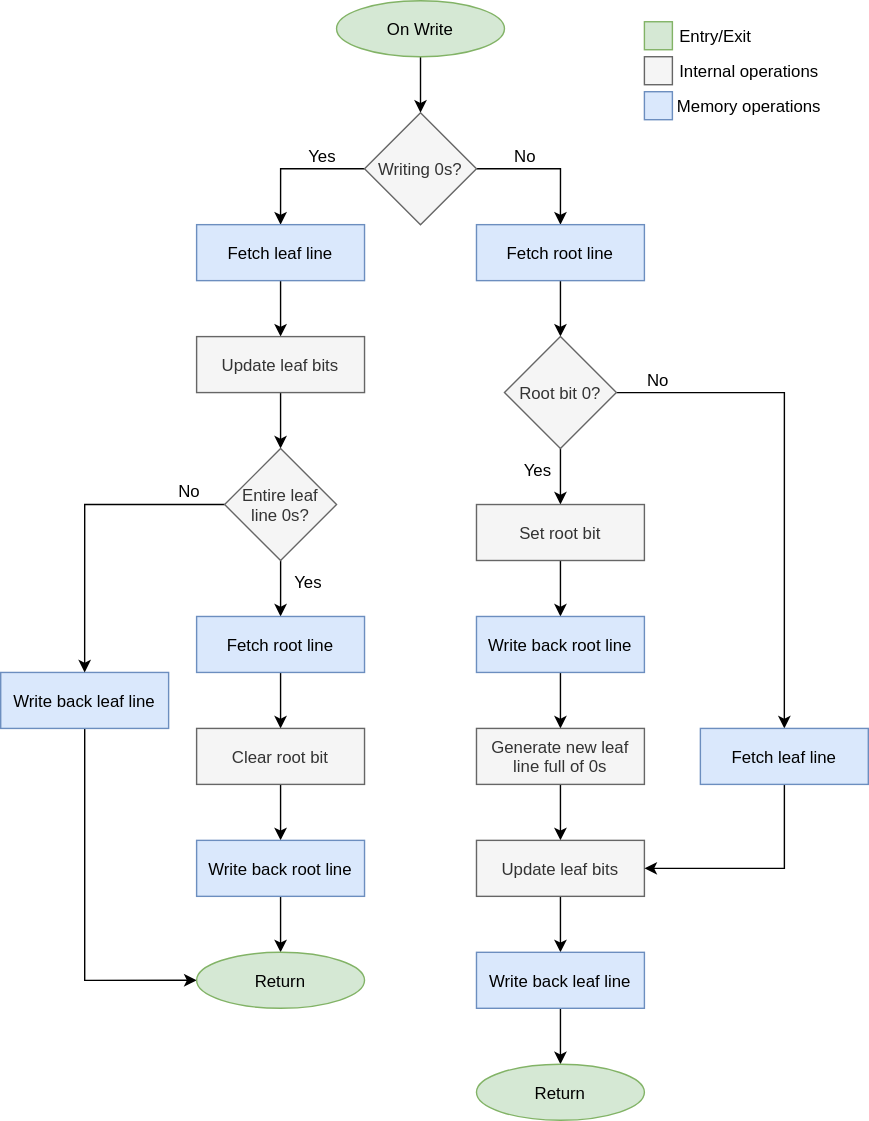
Before: documents/dissertation/resources/ETM-Write.drawio.svg, a diagram exported from draw.io (Manby/CHERI-Tag-Controller). Source tidied: cells renumbered, new cells last; positions are measured from the earlier drawing's top-left corner, leaving out a move shared by most shapes.
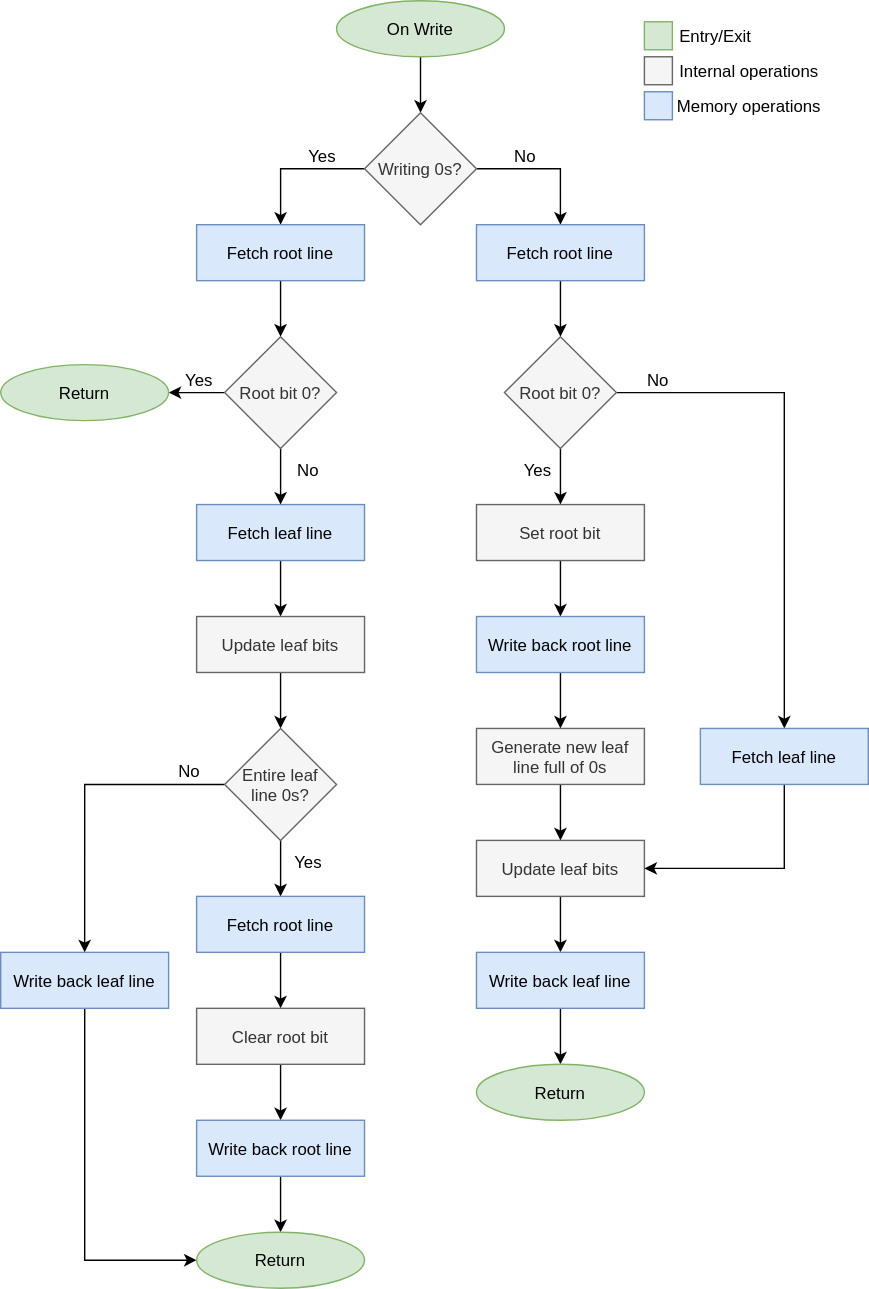
The same diagram one commit later.

Diff of the diagram source:
```diff
@@ -8,13 +8,6 @@
     <mxCell id="3" value="On Write" style="ellipse;fillColor=#d5e8d4;strokeColor=#82b366;" parent="1" vertex="1">
       <mxGeometry x="240" width="120" height="40" as="geometry" />
     </mxCell>
-    <mxCell id="4" style="edgeStyle=orthogonalEdgeStyle;rounded=0;jettySize=auto;entryX=0.5;entryY=0;entryDx=0;entryDy=0;" parent="1" edge="1" source="6" target="8">
-      <mxGeometry relative="1" as="geometry">
-        <Array as="points">
-          <mxPoint x="200" y="120" />
-        </Array>
-      </mxGeometry>
-    </mxCell>
     <mxCell id="5" style="edgeStyle=orthogonalEdgeStyle;rounded=0;jettySize=auto;entryX=0.5;entryY=0;entryDx=0;entryDy=0;" parent="1" edge="1" source="6" target="27">
       <mxGeometry relative="1" as="geometry">
         <Array as="points">
@@ -22,6 +15,13 @@
         </Array>
       </mxGeometry>
     </mxCell>
+    <mxCell id="53" style="edgeStyle=orthogonalEdgeStyle;rounded=0;jettySize=auto;html=1;" parent="1" edge="1" source="6" target="55">
+      <mxGeometry relative="1" as="geometry">
+        <Array as="points">
+          <mxPoint x="200" y="120" />
+        </Array>
+      </mxGeometry>
+    </mxCell>
     <mxCell id="6" value="Writing 0s?" style="rhombus;fillColor=#f5f5f5;fontColor=#333333;strokeColor=#666666;" parent="1" vertex="1">
       <mxGeometry x="260" y="80" width="80" height="80" as="geometry" />
     </mxCell>
@@ -29,7 +29,7 @@
       <mxGeometry relative="1" as="geometry" />
     </mxCell>
     <mxCell id="8" value="Fetch leaf line" style="rounded=0;fillColor=#dae8fc;strokeColor=#6c8ebf;" parent="1" vertex="1">
-      <mxGeometry x="140" y="160" width="120" height="40" as="geometry" />
+      <mxGeometry x="140" y="360" width="120" height="40" as="geometry" />
     </mxCell>
     <mxCell id="9" value="Yes" style="text;strokeColor=none;fillColor=none;align=center;verticalAlign=middle;rounded=0;" parent="1" vertex="1">
       <mxGeometry x="200" y="96" width="60" height="30" as="geometry" />
@@ -38,55 +38,55 @@
       <mxGeometry relative="1" as="geometry" />
     </mxCell>
     <mxCell id="11" value="Update leaf bits" style="rounded=0;fillColor=#f5f5f5;fontColor=#333333;strokeColor=#666666;" parent="1" vertex="1">
-      <mxGeometry x="140" y="240" width="120" height="40" as="geometry" />
+      <mxGeometry x="140" y="440" width="120" height="40" as="geometry" />
     </mxCell>
     <mxCell id="12" style="edgeStyle=orthogonalEdgeStyle;rounded=0;jettySize=auto;entryX=0;entryY=0.5;entryDx=0;entryDy=0;" parent="1" edge="1" source="13" target="23">
       <mxGeometry relative="1" as="geometry">
         <Array as="points">
-          <mxPoint x="60" y="700" />
+          <mxPoint x="60" y="900" />
         </Array>
       </mxGeometry>
     </mxCell>
     <mxCell id="13" value="Write back leaf line" style="rounded=0;fillColor=#dae8fc;strokeColor=#6c8ebf;" parent="1" vertex="1">
-      <mxGeometry y="480" width="120" height="40" as="geometry" />
+      <mxGeometry y="680" width="120" height="40" as="geometry" />
     </mxCell>
     <mxCell id="14" style="edgeStyle=orthogonalEdgeStyle;rounded=0;jettySize=auto;entryX=0.5;entryY=0;entryDx=0;entryDy=0;" parent="1" edge="1" source="16">
       <mxGeometry relative="1" as="geometry">
-        <mxPoint x="200" y="440" as="targetPoint" />
+        <mxPoint x="200" y="640" as="targetPoint" />
       </mxGeometry>
     </mxCell>
     <mxCell id="15" style="edgeStyle=orthogonalEdgeStyle;rounded=0;jettySize=auto;entryX=0.5;entryY=0;entryDx=0;entryDy=0;" parent="1" edge="1" source="16" target="13">
       <mxGeometry relative="1" as="geometry" />
     </mxCell>
     <mxCell id="16" value="Entire leaf&#10;line 0s?" style="rhombus;fillColor=#f5f5f5;fontColor=#333333;strokeColor=#666666;" parent="1" vertex="1">
-      <mxGeometry x="160" y="320" width="80" height="80" as="geometry" />
+      <mxGeometry x="160" y="520" width="80" height="80" as="geometry" />
     </mxCell>
     <mxCell id="17" style="edgeStyle=orthogonalEdgeStyle;rounded=0;jettySize=auto;entryX=0.5;entryY=0;entryDx=0;entryDy=0;" parent="1" edge="1" source="18" target="20">
       <mxGeometry relative="1" as="geometry" />
     </mxCell>
     <mxCell id="18" value="Fetch root line" style="rounded=0;fillColor=#dae8fc;strokeColor=#6c8ebf;" parent="1" vertex="1">
-      <mxGeometry x="140" y="440" width="120" height="40" as="geometry" />
+      <mxGeometry x="140" y="640" width="120" height="40" as="geometry" />
     </mxCell>
     <mxCell id="19" style="edgeStyle=orthogonalEdgeStyle;rounded=0;jettySize=auto;entryX=0.5;entryY=0;entryDx=0;entryDy=0;" parent="1" edge="1" source="20" target="22">
       <mxGeometry relative="1" as="geometry" />
     </mxCell>
     <mxCell id="20" value="Clear root bit" style="rounded=0;fillColor=#f5f5f5;fontColor=#333333;strokeColor=#666666;" parent="1" vertex="1">
-      <mxGeometry x="140" y="520" width="120" height="40" as="geometry" />
+      <mxGeometry x="140" y="720" width="120" height="40" as="geometry" />
     </mxCell>
     <mxCell id="21" style="edgeStyle=orthogonalEdgeStyle;rounded=0;jettySize=auto;entryX=0.5;entryY=0;entryDx=0;entryDy=0;" parent="1" edge="1" source="22" target="23">
       <mxGeometry relative="1" as="geometry" />
     </mxCell>
     <mxCell id="22" value="Write back root line" style="rounded=0;fillColor=#dae8fc;strokeColor=#6c8ebf;" parent="1" vertex="1">
-      <mxGeometry x="140" y="600" width="120" height="40" as="geometry" />
+      <mxGeometry x="140" y="800" width="120" height="40" as="geometry" />
     </mxCell>
     <mxCell id="23" value="Return" style="ellipse;fillColor=#d5e8d4;strokeColor=#82b366;" parent="1" vertex="1">
-      <mxGeometry x="140" y="680" width="120" height="40" as="geometry" />
+      <mxGeometry x="140" y="880" width="120" height="40" as="geometry" />
     </mxCell>
     <mxCell id="24" value="Yes" style="text;align=center;verticalAlign=middle;strokeColor=none;fillColor=none;" parent="1" vertex="1">
-      <mxGeometry x="200" y="405" width="40" height="20" as="geometry" />
+      <mxGeometry x="200" y="605" width="40" height="20" as="geometry" />
     </mxCell>
     <mxCell id="25" value="No" style="text;align=center;verticalAlign=middle;strokeColor=none;fillColor=none;" parent="1" vertex="1">
-      <mxGeometry x="120" y="340" width="30" height="20" as="geometry" />
+      <mxGeometry x="120" y="540" width="30" height="20" as="geometry" />
     </mxCell>
     <mxCell id="26" style="edgeStyle=orthogonalEdgeStyle;rounded=0;jettySize=auto;entryX=0.5;entryY=0;entryDx=0;entryDy=0;" parent="1" edge="1" source="27" target="31">
       <mxGeometry relative="1" as="geometry" />
@@ -173,5 +173,31 @@
     <mxCell id="52" value="Memory operations" style="text;align=center;verticalAlign=middle;strokeColor=none;fillColor=none;" parent="1" vertex="1">
       <mxGeometry x="470" y="60" width="130" height="30" as="geometry" />
     </mxCell>
+    <mxCell id="54" style="edgeStyle=orthogonalEdgeStyle;rounded=0;jettySize=auto;html=1;entryX=0.5;entryY=0;entryDx=0;entryDy=0;" parent="1" edge="1" source="55" target="58">
+      <mxGeometry relative="1" as="geometry" />
+    </mxCell>
+    <mxCell id="55" value="Fetch root line" style="rounded=0;fillColor=#dae8fc;strokeColor=#6c8ebf;" parent="1" vertex="1">
+      <mxGeometry x="140" y="160" width="120" height="40" as="geometry" />
+    </mxCell>
+    <mxCell id="56" style="edgeStyle=orthogonalEdgeStyle;rounded=0;jettySize=auto;entryX=0.5;entryY=0;entryDx=0;entryDy=0;" parent="1" edge="1" source="58">
+      <mxGeometry relative="1" as="geometry">
+        <mxPoint x="200" y="360" as="targetPoint" />
+      </mxGeometry>
+    </mxCell>
+    <mxCell id="57" style="edgeStyle=orthogonalEdgeStyle;rounded=0;jettySize=auto;html=1;entryX=1;entryY=0.5;entryDx=0;entryDy=0;" parent="1" edge="1" source="58" target="60">
+      <mxGeometry relative="1" as="geometry" />
+    </mxCell>
+    <mxCell id="58" value="Root bit 0?" style="rhombus;fillColor=#f5f5f5;fontColor=#333333;strokeColor=#666666;" parent="1" vertex="1">
+      <mxGeometry x="160" y="240" width="80" height="80" as="geometry" />
+    </mxCell>
+    <mxCell id="59" value="No" style="text;strokeColor=none;fillColor=none;align=center;verticalAlign=middle;rounded=0;" parent="1" vertex="1">
+      <mxGeometry x="190" y="320" width="60" height="30" as="geometry" />
+    </mxCell>
+    <mxCell id="60" value="Return" style="ellipse;fillColor=#d5e8d4;strokeColor=#82b366;" parent="1" vertex="1">
+      <mxGeometry y="260" width="120" height="40" as="geometry" />
+    </mxCell>
+    <mxCell id="61" value="Yes" style="text;strokeColor=none;fillColor=none;align=center;verticalAlign=middle;rounded=0;" parent="1" vertex="1">
+      <mxGeometry x="112" y="256" width="60" height="30" as="geometry" />
+    </mxCell>
   </root>
 </mxGraphModel>
```
